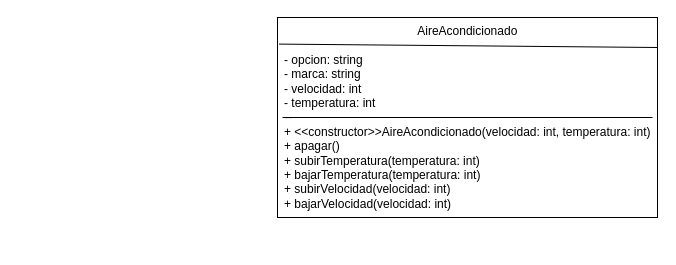
informatica042003/inf512programas keeps this draw.io diagram as Unidad 6/AireAcondicionado.drawio. Above is the earlier version. Source tidied: cells renumbered, new cells numbered last; positions are measured from the earlier drawing's top-left corner, leaving out a move shared by most shapes. Both pictures are drawn from the tidied source at 100%, with x=0, y=0 at pixel (277, 17).
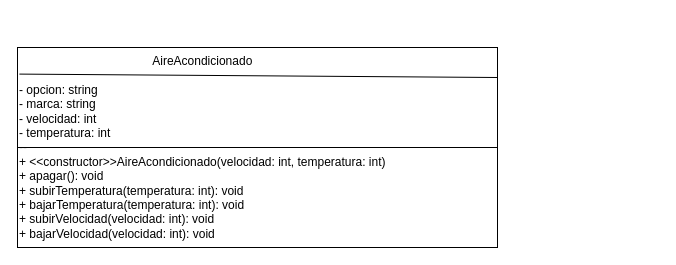
The same diagram, later.

The edit, as a diff of the source:
```diff
@@
 <mxGraphModel>
   <root>
     <mxCell id="0" />
     <mxCell id="1" parent="0" />
     <mxCell id="2" style="rounded=0;whiteSpace=wrap;html=1;" parent="1" vertex="1">
-      <mxGeometry width="380" height="200" as="geometry" />
+      <mxGeometry x="-260" y="30" width="480" height="200" as="geometry" />
     </mxCell>
-    <mxCell id="3" value="&lt;div style=&quot;text-align: center&quot;&gt;&lt;span&gt;AireAcondicionado&lt;/span&gt;&lt;/div&gt;&lt;br&gt;- opcion: string&lt;br&gt;- marca: string&lt;br&gt;- velocidad: int&lt;br&gt;- temperatura: int&lt;br&gt;--&lt;br&gt;+ &amp;lt;&amp;lt;constructor&amp;gt;&amp;gt;AireAcondicionado(velocidad: int, temperatura: int)&lt;br&gt;+ apagar()&lt;br&gt;+ subirTemperatura(temperatura: int)&lt;br&gt;+ bajarTemperatura(temperatura: int)&lt;br&gt;+ subirVelocidad(velocidad: int)&lt;br&gt;+ bajarVelocidad(velocidad: int)" style="text;whiteSpace=wrap;html=1;" parent="1" vertex="1">
-      <mxGeometry x="5" width="370" height="200" as="geometry" />
+    <mxCell id="3" value="&lt;div style=&quot;text-align: center&quot;&gt;&lt;span&gt;AireAcondicionado&lt;/span&gt;&lt;/div&gt;&lt;br&gt;- opcion: string&lt;br&gt;- marca: string&lt;br&gt;- velocidad: int&lt;br&gt;- temperatura: int&lt;br&gt;--&lt;br&gt;+ &amp;lt;&amp;lt;constructor&amp;gt;&amp;gt;AireAcondicionado(velocidad: int, temperatura: int)&lt;br&gt;+ apagar(): void&lt;br&gt;+ subirTemperatura(temperatura: int): void&lt;br&gt;+ bajarTemperatura(temperatura: int): void&lt;br&gt;+ subirVelocidad(velocidad: int): void&lt;br&gt;+ bajarVelocidad(velocidad: int): void" style="text;whiteSpace=wrap;html=1;" parent="1" vertex="1">
+      <mxGeometry x="-260" y="30" width="480" height="200" as="geometry" />
     </mxCell>
     <mxCell id="4" style="endArrow=none;html=1;exitX=0;exitY=0.5;exitDx=0;exitDy=0;entryX=1;entryY=0.5;entryDx=0;entryDy=0;" parent="1" edge="1" source="3" target="3">
       <mxGeometry relative="1" as="geometry" />
     </mxCell>
     <mxCell id="5" style="endArrow=none;html=1;exitX=0.004;exitY=0.133;exitDx=0;exitDy=0;exitPerimeter=0;" parent="1" edge="1" source="2">
       <mxGeometry relative="1" as="geometry">
-        <mxPoint x="380" y="30" as="targetPoint" />
+        <mxPoint x="220" y="60" as="targetPoint" />
       </mxGeometry>
     </mxCell>
   </root>
 </mxGraphModel>
```
